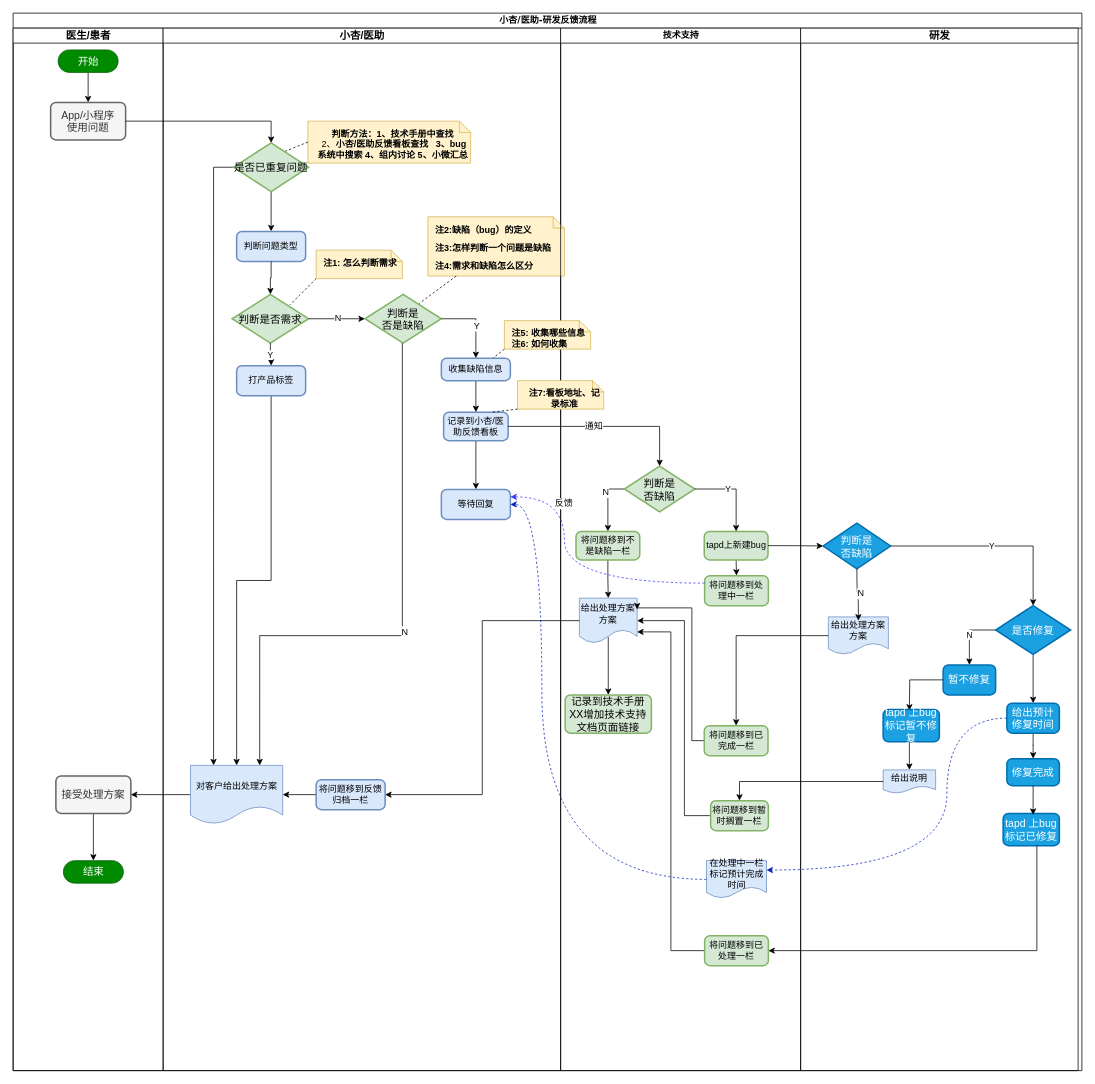
Above: 小杏_医助-研发反馈流程.drawio in wupengyue/Blog (draw.io), before the change. Source tidied: cells renumbered, new cells numbered last; positions are measured from the earlier drawing's top-left corner, leaving out a move shared by most shapes. Both pictures are drawn from the tidied source at 75%, with x=0, y=0 at pixel (13, 13).
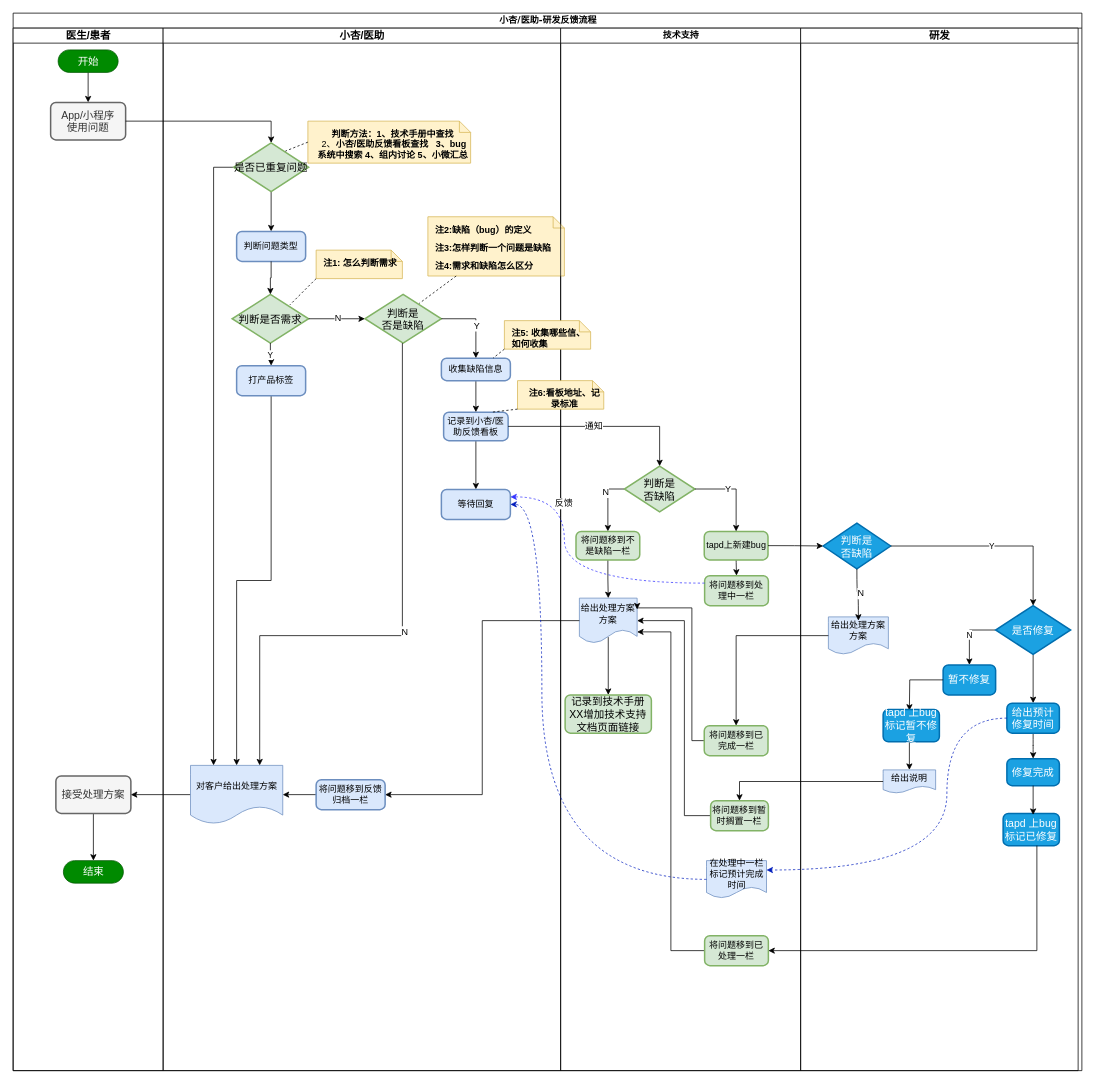
The same diagram, later.

Commit message:
Added 小杏_医助-研发反馈流程.drawio

The change refers to these unchanged cells:
```xml
<mxCell id="85" style="group;" parent="44" vertex="1">
  <mxGeometry x="-75" y="390" width="115" height="38" as="geometry" />
</mxCell>
<mxCell id="90" style="group;" parent="44" vertex="1">
  <mxGeometry x="-57.5" y="470" width="115" height="38" as="geometry" />
</mxCell>
```

The edit, as a diff of the source:
```diff
@@
-    <mxCell id="86" value="&lt;p style=&quot;margin: 0px ; margin-top: 10px ; margin-left: 10px ; text-align: left&quot;&gt;&lt;b style=&quot;text-align: center&quot;&gt;注5: 收集哪些信息注6:&amp;nbsp;&lt;/b&gt;&lt;b style=&quot;text-align: center&quot;&gt;如何收集&lt;/b&gt;&lt;/p&gt;" style="shape=note;html=1;size=15;spacingLeft=5;align=left;html=1;overflow=fill;whiteSpace=wrap;align=center;fillColor=#fff2cc;strokeColor=#d6b656;" parent="85" vertex="1">
+    <mxCell id="86" value="&lt;p style=&quot;margin: 0px ; margin-top: 10px ; margin-left: 10px ; text-align: left&quot;&gt;&lt;b style=&quot;text-align: center&quot;&gt;注5: 收集哪些信、&lt;/b&gt;&lt;b style=&quot;text-align: center&quot;&gt;如何收集&lt;/b&gt;&lt;/p&gt;" style="shape=note;html=1;size=15;spacingLeft=5;align=left;html=1;overflow=fill;whiteSpace=wrap;align=center;fillColor=#fff2cc;strokeColor=#d6b656;" parent="85" vertex="1">
       <mxGeometry width="115" height="38" as="geometry" />
     </mxCell>
@@
-    <mxCell id="91" value="&lt;p style=&quot;text-align: center ; margin: 10px 0px 0px 10px&quot;&gt;&lt;b&gt;注7:看板地址、记录标准&lt;/b&gt;&lt;/p&gt;" style="shape=note;html=1;size=15;spacingLeft=5;align=left;html=1;overflow=fill;whiteSpace=wrap;align=center;fillColor=#fff2cc;strokeColor=#d6b656;" parent="90" vertex="1">
+    <mxCell id="91" value="&lt;p style=&quot;text-align: center ; margin: 10px 0px 0px 10px&quot;&gt;&lt;b&gt;注6:看板地址、记录标准&lt;/b&gt;&lt;/p&gt;" style="shape=note;html=1;size=15;spacingLeft=5;align=left;html=1;overflow=fill;whiteSpace=wrap;align=center;fillColor=#fff2cc;strokeColor=#d6b656;" parent="90" vertex="1">
       <mxGeometry width="115" height="38" as="geometry" />
     </mxCell>
```
